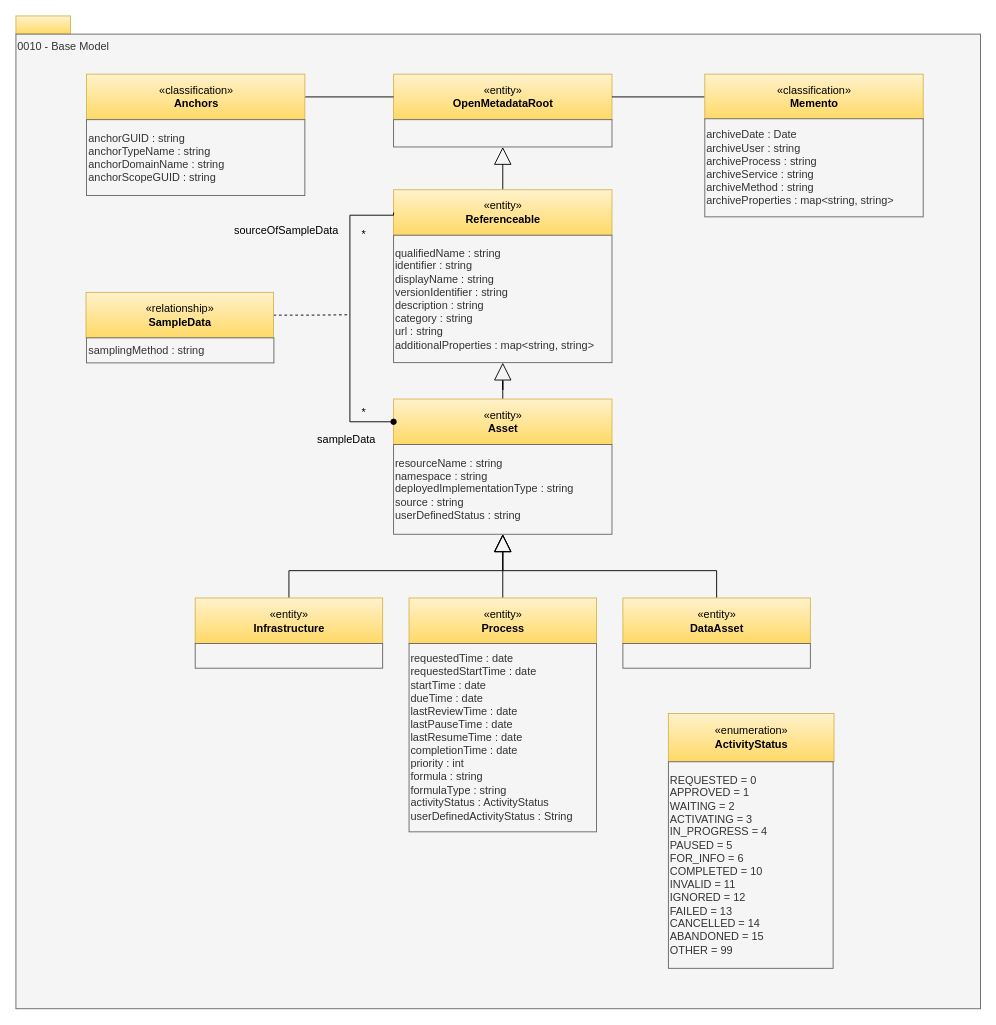
Above: page "0010-Base-Model" (4 of 32) of site/docs/types/0/area-0-basic-types-and-infrastructure.drawio in odpi/egeria-docs (draw.io), before the change. Source tidied: cells renumbered, new cells numbered last; positions are measured from the earlier drawing's top-left corner, leaving out a move shared by most shapes. Both pictures are drawn from the tidied source at 91%, with x=0, y=0 at pixel (15, 15).
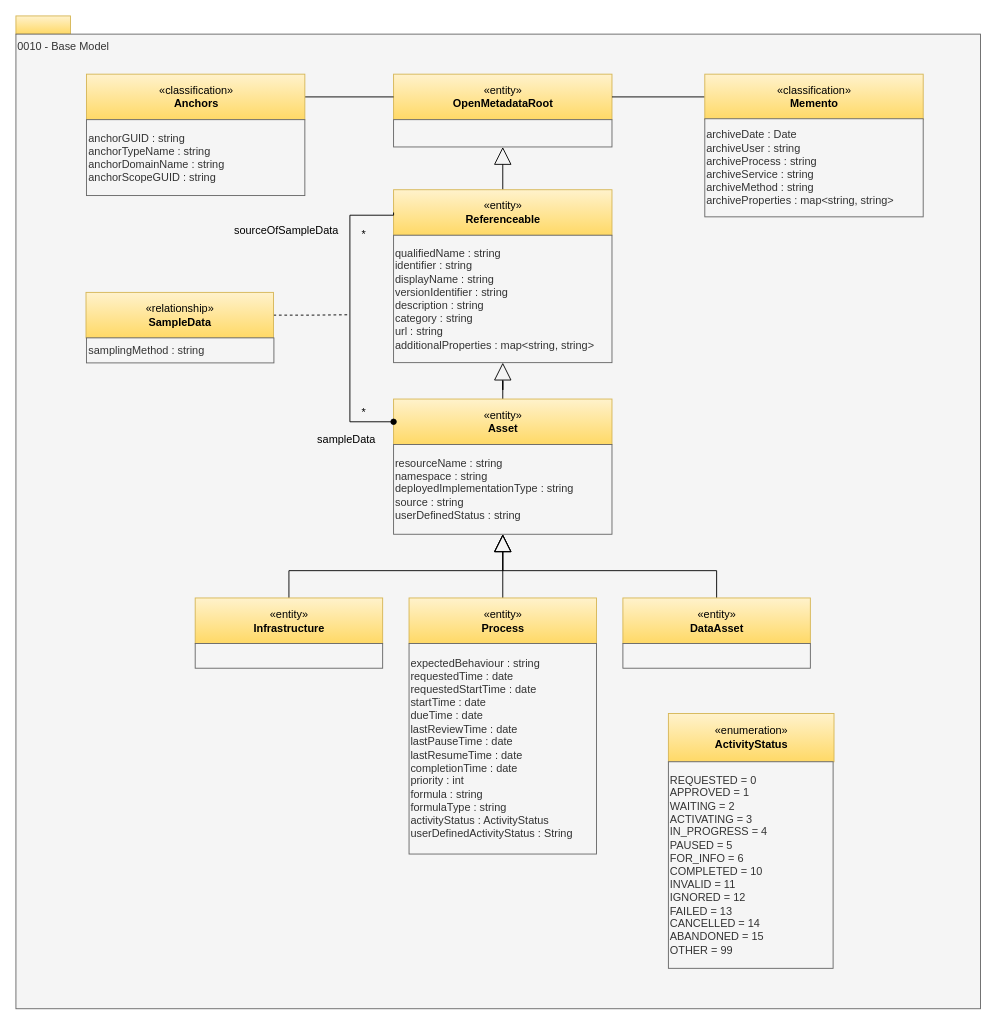
The same page after the edit.

Diff of the diagram source:
```diff
@@
-    <mxCell id="14" value="requestedTime : date&lt;div&gt;requestedStartTime : date&lt;br&gt;&lt;div&gt;startTime : date&lt;/div&gt;&lt;div&gt;dueTime : date&lt;/div&gt;&lt;div&gt;lastReviewTime : date&lt;/div&gt;&lt;div&gt;lastPauseTime : date&lt;/div&gt;&lt;div&gt;lastResumeTime : date&lt;/div&gt;&lt;div&gt;&lt;span style=&quot;background-color: transparent; color: light-dark(rgb(51, 51, 51), rgb(193, 193, 193));&quot;&gt;completionTime : date&lt;/span&gt;&lt;/div&gt;&lt;div&gt;priority : int&lt;/div&gt;&lt;div&gt;formula : string&lt;br&gt;formulaType : string&lt;/div&gt;&lt;div&gt;activityStatus : ActivityStatus&lt;/div&gt;&lt;div&gt;userDefinedActivityStatus : String&lt;/div&gt;&lt;/div&gt;" style="rounded=0;whiteSpace=wrap;html=1;strokeColor=#666666;align=left;fillColor=#f5f5f5;fontColor=#333333;" parent="1" vertex="1">
-      <mxGeometry x="432" y="689.6" width="206" height="207" as="geometry" />
+    <mxCell id="14" value="expectedBehaviour : string&lt;div&gt;requestedTime : date&lt;div&gt;requestedStartTime : date&lt;br&gt;&lt;div&gt;startTime : date&lt;/div&gt;&lt;div&gt;dueTime : date&lt;/div&gt;&lt;div&gt;lastReviewTime : date&lt;/div&gt;&lt;div&gt;lastPauseTime : date&lt;/div&gt;&lt;div&gt;lastResumeTime : date&lt;/div&gt;&lt;div&gt;&lt;span style=&quot;background-color: transparent; color: light-dark(rgb(51, 51, 51), rgb(193, 193, 193));&quot;&gt;completionTime : date&lt;/span&gt;&lt;/div&gt;&lt;div&gt;priority : int&lt;/div&gt;&lt;div&gt;formula : string&lt;br&gt;formulaType : string&lt;/div&gt;&lt;div&gt;activityStatus : ActivityStatus&lt;/div&gt;&lt;div&gt;userDefinedActivityStatus : String&lt;/div&gt;&lt;/div&gt;&lt;/div&gt;" style="rounded=0;whiteSpace=wrap;html=1;strokeColor=#666666;align=left;fillColor=#f5f5f5;fontColor=#333333;" parent="1" vertex="1">
+      <mxGeometry x="432" y="689.6" width="206" height="231.4" as="geometry" />
     </mxCell>
```
